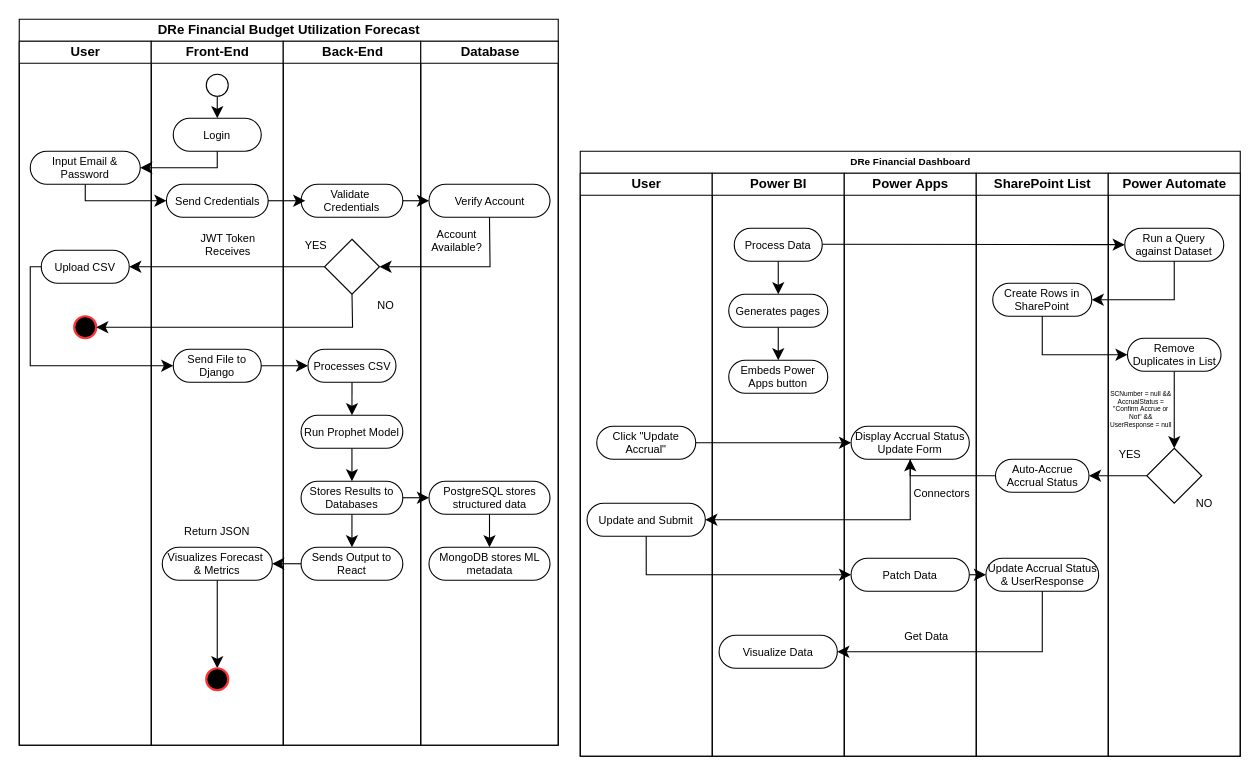
Above: .devcontainer/Untitled Diagram.drawio in deb4b/budget-forecast-dashboard (draw.io), before the change. Source tidied: cells renumbered, new cells numbered last; positions are measured from the earlier drawing's top-left corner, leaving out a move shared by most shapes. Both pictures are drawn from the tidied source at 110%, with x=0, y=0 at pixel (19, 19).
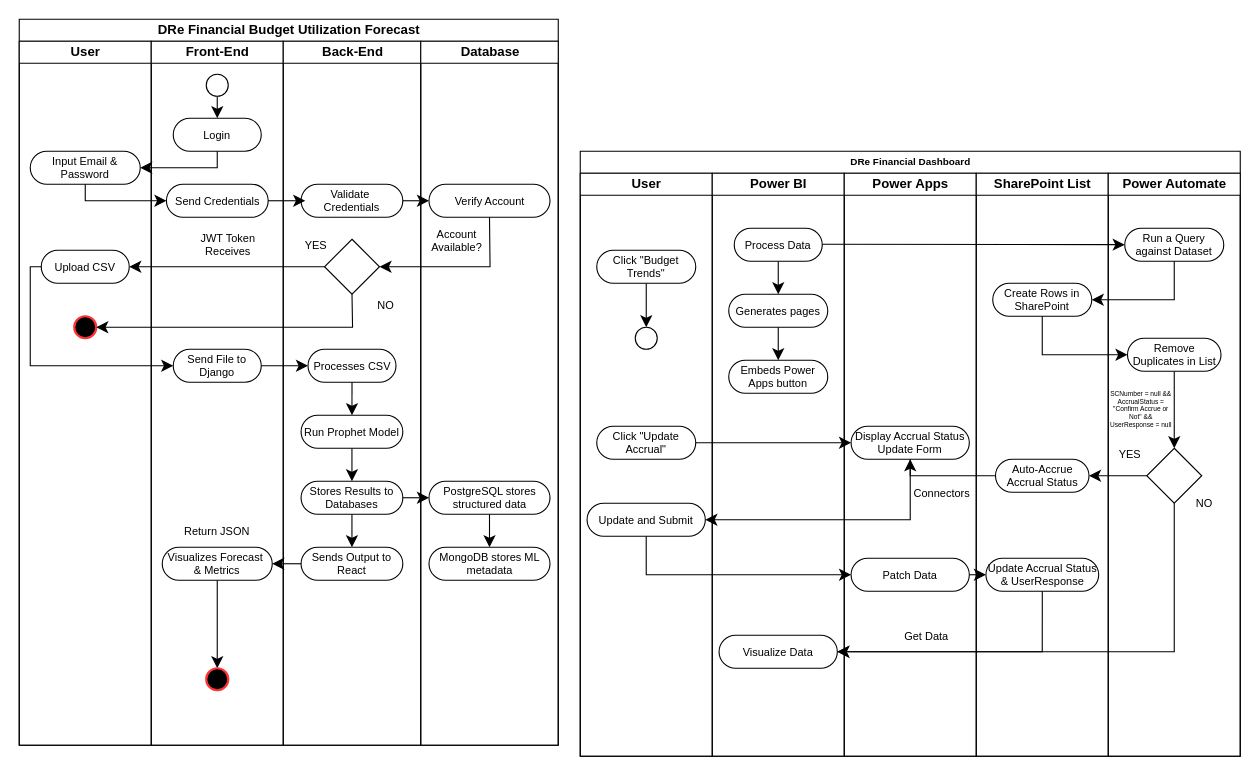
The same diagram, later.

Unchanged cells that the change refers to:
```xml
<mxCell id="47" value="DRe Financial Dashboard" style="swimlane;startSize=20;html=1;fontSize=9;" parent="1" vertex="1">
  <mxGeometry x="510" y="120" width="600" height="550" as="geometry" />
</mxCell>
<mxCell id="48" value="User" style="swimlane;startSize=20;html=1;" parent="47" vertex="1">
  <mxGeometry y="20" width="120" height="530" as="geometry" />
</mxCell>
<mxCell id="57" value="Visualize Data" style="rounded=1;whiteSpace=wrap;html=1;arcSize=50;fontSize=10;" parent="51" vertex="1">
  <mxGeometry x="6.2" y="420" width="107.5" height="30" as="geometry" />
</mxCell>
<mxCell id="72" style="rhombus;whiteSpace=wrap;html=1;" parent="68" vertex="1">
  <mxGeometry x="35" y="250" width="50" height="50" as="geometry" />
</mxCell>
```

Diff of the diagram source:
```diff
@@
+    <mxCell id="85" style="edgeStyle=none;curved=1;rounded=0;jettySize=auto;html=1;exitX=0.5;exitY=1;exitDx=0;exitDy=0;fontSize=12;startSize=8;endSize=8;" parent="48" edge="1" source="86" target="87">
+      <mxGeometry relative="1" as="geometry" />
+    </mxCell>
+    <mxCell id="86" value="Click &quot;Budget Trends&quot;" style="rounded=1;whiteSpace=wrap;html=1;arcSize=50;fontSize=10;" parent="48" vertex="1">
+      <mxGeometry x="15" y="70" width="90" height="30" as="geometry" />
+    </mxCell>
+    <mxCell id="87" style="ellipse;whiteSpace=wrap;html=1;" parent="48" vertex="1">
+      <mxGeometry x="50" y="140" width="20" height="20" as="geometry" />
+    </mxCell>
@@
+    <mxCell id="88" style="edgeStyle=none;curved=0;rounded=0;jettySize=auto;html=1;exitX=0.5;exitY=1;exitDx=0;exitDy=0;entryX=1;entryY=0.5;entryDx=0;entryDy=0;fontSize=12;startSize=8;endSize=8;" parent="47" edge="1" source="72" target="57">
+      <mxGeometry relative="1" as="geometry">
+        <Array as="points">
+          <mxPoint x="540" y="455" />
+        </Array>
+      </mxGeometry>
+    </mxCell>
```
